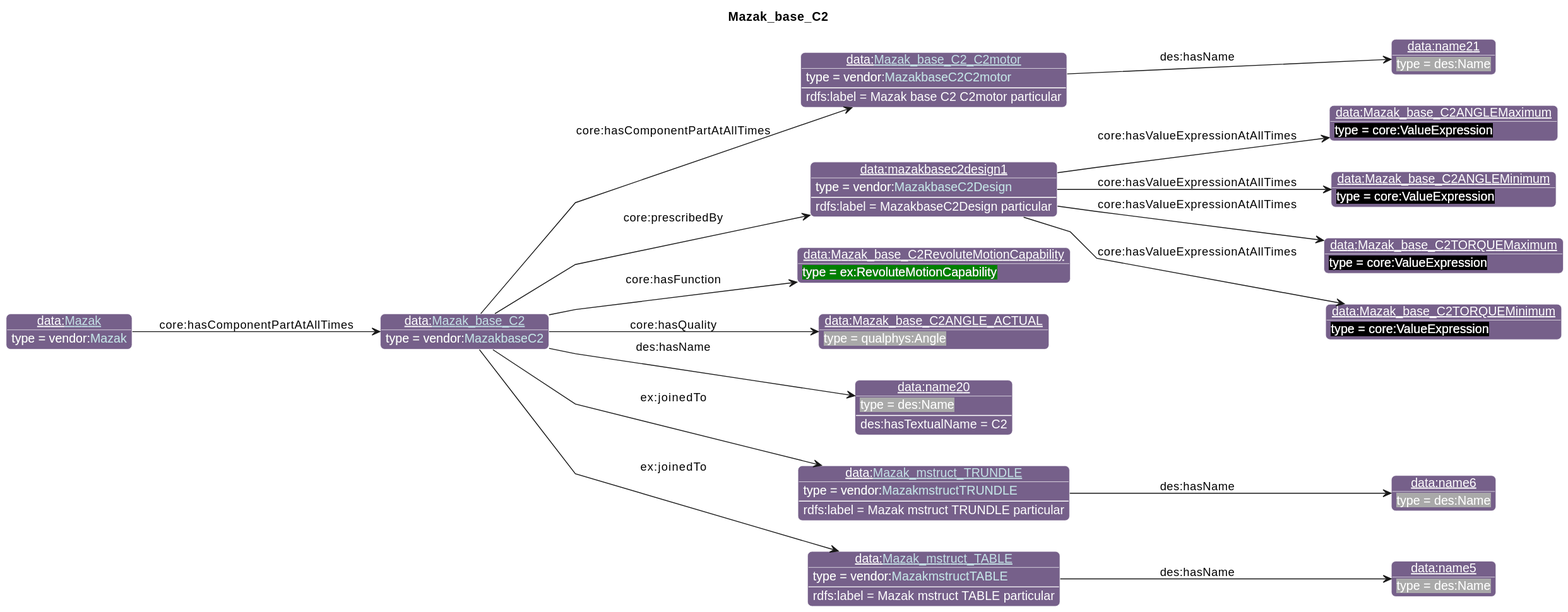
This is diagrams/Mazak_base_C2.svg from iofoundry/example-syseng-mtconnect, a PlantUML export, as it was before one commit. Its diagram source:
```plantuml
@startuml
!include ../iof.iuml

<style>
object {
  HyperlinkColor #C4E1E6
}
</style>

left to right direction
skinparam linetype polyline
title Mazak_base_C2

!$default_direction = down

!$namespace_colors = { "bfo":"DFA702",
                      "iof":"1E90FF",
                      "ns":"Green",
                      "ns1":"76608A",
                      "core":"000000",
                      "ex":"Green",
                      "data":"76608A",
                      "vendor":"76608A",
                      "units":"8A2D3B",
                      "cmns-dsg":"3A0519",
                      "qp":"641B2E"
      }
individual(o0, data:[[./Mazak_base_C2.html Mazak_base_C2]], vendor:[[../Mazak.html#MazakbaseC2 MazakbaseC2]])
individual(o1, data:[[./Mazak_base_C2_C2motor.html Mazak_base_C2_C2motor]], vendor:[[../Mazak.html#MazakbaseC2C2motor MazakbaseC2C2motor]])
individual(o2, data:name21, des:Name)
individual(o3, data:mazakbasec2design1, vendor:[[../Mazak.html#MazakbaseC2Design MazakbaseC2Design]])
individual(o4, data:Mazak_base_C2ANGLEMaximum, core:ValueExpression)
individual(o5, data:Mazak_base_C2ANGLEMinimum, core:ValueExpression)
individual(o6, data:Mazak_base_C2TORQUEMaximum, core:ValueExpression)
individual(o7, data:Mazak_base_C2TORQUEMinimum, core:ValueExpression)
individual(o8, data:Mazak_base_C2RevoluteMotionCapability, ex:RevoluteMotionCapability)
individual(o9, data:Mazak_base_C2ANGLE_ACTUAL, qualphys:Angle)
individual(o10, data:name20, des:Name)
individual(o11, data:[[./Mazak_mstruct_TRUNDLE.html Mazak_mstruct_TRUNDLE]], vendor:[[../Mazak.html#MazakmstructTRUNDLE MazakmstructTRUNDLE]])
individual(o12, data:name6, des:Name)
individual(o13, data:[[./Mazak_mstruct_TABLE.html Mazak_mstruct_TABLE]], vendor:[[../Mazak.html#MazakmstructTABLE MazakmstructTABLE]])
individual(o14, data:name5, des:Name)
individual(o15, data:[[./Mazak.html Mazak]], vendor:[[../Mazak.html#Mazak Mazak]])
property(o0, "core:hasComponentPartAtAllTimes", o1)
data(o1, "rdfs:label", "Mazak base C2 C2motor particular")
property(o1, "des:hasName", o2)
property(o0, "core:prescribedBy", o3)
data(o3, "rdfs:label", "MazakbaseC2Design particular")
property(o3, "core:hasValueExpressionAtAllTimes", o4)
property(o3, "core:hasValueExpressionAtAllTimes", o5)
property(o3, "core:hasValueExpressionAtAllTimes", o6)
property(o3, "core:hasValueExpressionAtAllTimes", o7)
property(o0, "core:hasFunction", o8)
property(o0, "core:hasQuality", o9)
property(o0, "des:hasName", o10)
data(o10, "des:hasTextualName", "C2")
property(o0, "ex:joinedTo", o11)
data(o11, "rdfs:label", "Mazak mstruct TRUNDLE particular")
property(o11, "des:hasName", o12)
property(o0, "ex:joinedTo", o13)
data(o13, "rdfs:label", "Mazak mstruct TABLE particular")
property(o13, "des:hasName", o14)
property(o15, "core:hasComponentPartAtAllTimes", o0)
@enduml
```
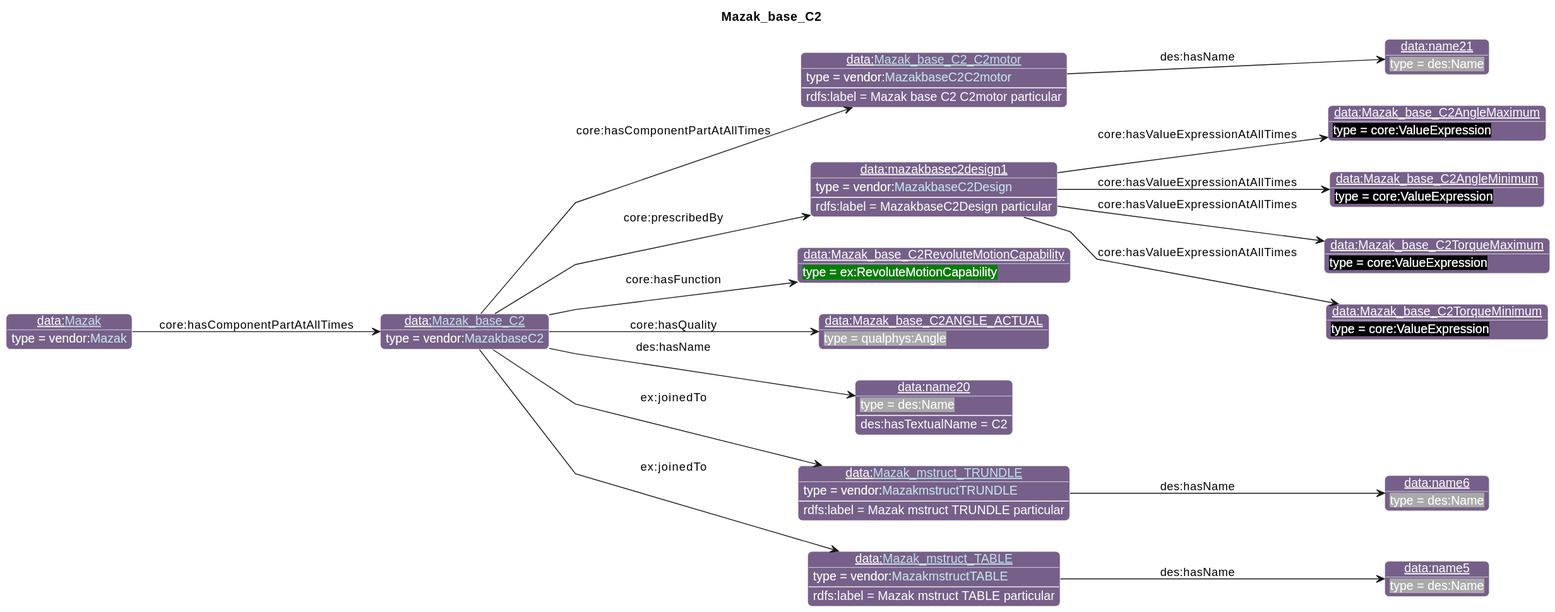
After the change.

Change to the diagram source:
```diff
@@ -29,10 +29,10 @@
 individual(o1, data:[[./Mazak_base_C2_C2motor.html Mazak_base_C2_C2motor]], vendor:[[../Mazak.html#MazakbaseC2C2motor MazakbaseC2C2motor]])
 individual(o2, data:name21, des:Name)
 individual(o3, data:mazakbasec2design1, vendor:[[../Mazak.html#MazakbaseC2Design MazakbaseC2Design]])
-individual(o4, data:Mazak_base_C2ANGLEMaximum, core:ValueExpression)
-individual(o5, data:Mazak_base_C2ANGLEMinimum, core:ValueExpression)
-individual(o6, data:Mazak_base_C2TORQUEMaximum, core:ValueExpression)
-individual(o7, data:Mazak_base_C2TORQUEMinimum, core:ValueExpression)
+individual(o4, data:Mazak_base_C2AngleMaximum, core:ValueExpression)
+individual(o5, data:Mazak_base_C2AngleMinimum, core:ValueExpression)
+individual(o6, data:Mazak_base_C2TorqueMaximum, core:ValueExpression)
+individual(o7, data:Mazak_base_C2TorqueMinimum, core:ValueExpression)
 individual(o8, data:Mazak_base_C2RevoluteMotionCapability, ex:RevoluteMotionCapability)
 individual(o9, data:Mazak_base_C2ANGLE_ACTUAL, qualphys:Angle)
 individual(o10, data:name20, des:Name)
```
